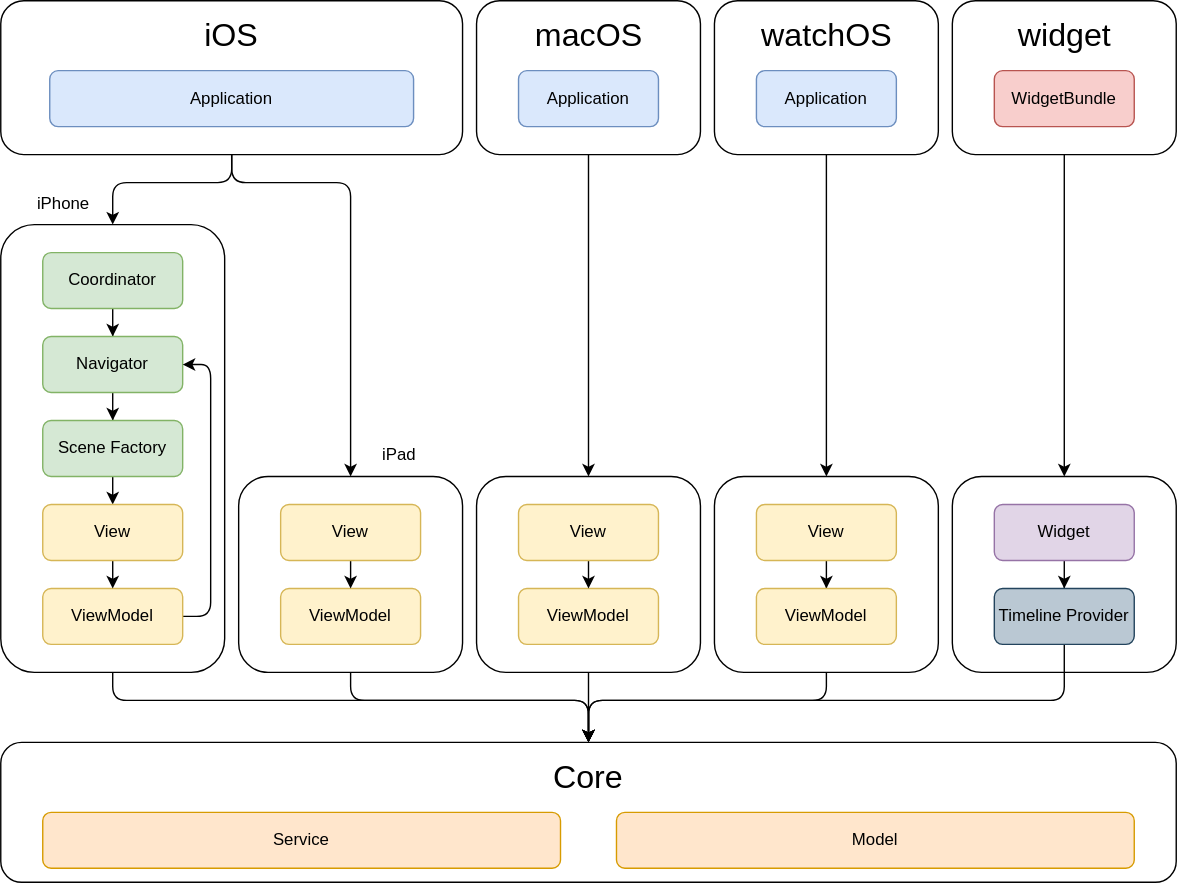
Above: Documentation/Images/architecture.drawio.svg in badalnoky/TaskWise (draw.io), before the change. Source tidied: cells renumbered, new cells last; positions are measured from the earlier drawing's top-left corner, leaving out a move shared by most shapes.
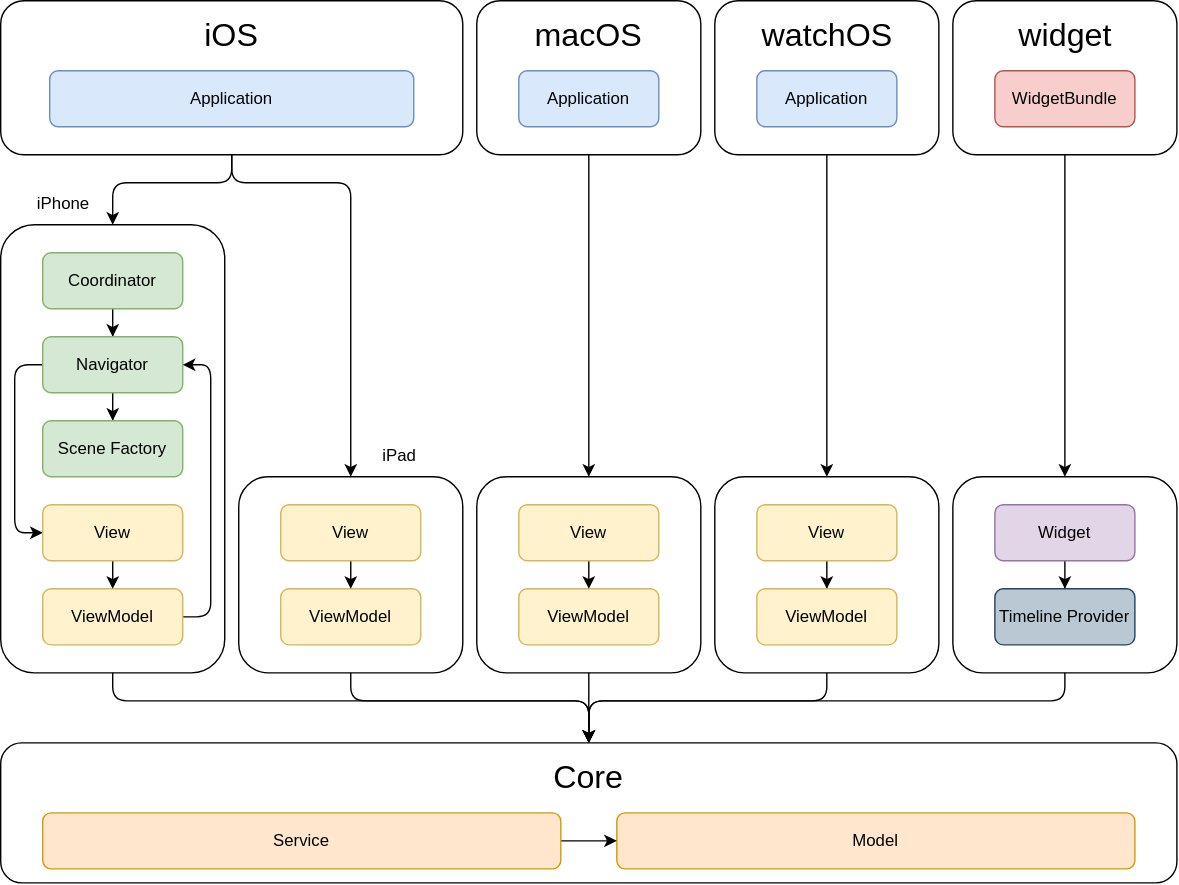
The same file after the commit.

The edit, as a diff of the source:
```diff
@@ -24,7 +24,7 @@
     <mxCell id="5" style="rounded=1;whiteSpace=wrap;html=1;fillColor=none;" parent="1" vertex="1">
       <mxGeometry y="160" width="160" height="320" as="geometry" />
     </mxCell>
-    <mxCell id="6" style="edgeStyle=orthogonalEdgeStyle;rounded=1;jettySize=auto;html=1;entryX=0.5;entryY=0;entryDx=0;entryDy=0;curved=0;" parent="1" edge="1" source="8" target="5">
+    <mxCell id="6" style="edgeStyle=orthogonalEdgeStyle;rounded=1;jettySize=auto;html=1;curved=0;" parent="1" edge="1" source="8" target="5">
       <mxGeometry relative="1" as="geometry">
         <Array as="points">
           <mxPoint x="165" y="130" />
@@ -32,7 +32,7 @@
         </Array>
       </mxGeometry>
     </mxCell>
-    <mxCell id="7" style="edgeStyle=orthogonalEdgeStyle;rounded=1;jettySize=auto;html=1;exitX=0.5;exitY=1;exitDx=0;exitDy=0;entryX=0.5;entryY=0;entryDx=0;entryDy=0;curved=0;" parent="1" edge="1" source="8" target="3">
+    <mxCell id="7" style="edgeStyle=orthogonalEdgeStyle;rounded=1;jettySize=auto;html=1;exitX=0.5;exitY=1;exitDx=0;exitDy=0;curved=0;" parent="1" edge="1" source="8" target="3">
       <mxGeometry relative="1" as="geometry">
         <Array as="points">
           <mxPoint x="165" y="130" />
@@ -85,9 +85,14 @@
     <mxCell id="19" style="edgeStyle=orthogonalEdgeStyle;rounded=0;jettySize=auto;html=1;" parent="1" edge="1" source="21" target="22">
       <mxGeometry relative="1" as="geometry" />
     </mxCell>
-    <mxCell id="20" style="edgeStyle=orthogonalEdgeStyle;rounded=0;jettySize=auto;html=1;exitX=0.5;exitY=1;exitDx=0;exitDy=0;entryX=0.5;entryY=0;entryDx=0;entryDy=0;" parent="1" edge="1" source="22" target="26">
-      <mxGeometry relative="1" as="geometry" />
-    </mxCell>
+    <mxCell id="61" style="edgeStyle=orthogonalEdgeStyle;rounded=1;jettySize=auto;html=1;entryX=0;entryY=0.5;entryDx=0;entryDy=0;curved=0;" parent="1" edge="1" source="21" target="26">
+      <mxGeometry relative="1" as="geometry">
+        <Array as="points">
+          <mxPoint x="10" y="260" />
+          <mxPoint x="10" y="380" />
+        </Array>
+      </mxGeometry>
+    </mxCell>
     <mxCell id="21" value="Navigator" style="rounded=1;whiteSpace=wrap;html=1;fillColor=#d5e8d4;strokeColor=#82b366;" parent="1" vertex="1">
       <mxGeometry x="30" y="240" width="100" height="40" as="geometry" />
     </mxCell>
@@ -166,6 +171,14 @@
     <mxCell id="38" value="ViewModel" style="rounded=1;whiteSpace=wrap;html=1;fillColor=#fff2cc;strokeColor=#d6b656;" parent="1" vertex="1">
       <mxGeometry x="540" y="420" width="100" height="40" as="geometry" />
     </mxCell>
+    <mxCell id="62" style="edgeStyle=orthogonalEdgeStyle;rounded=1;jettySize=auto;html=1;curved=0;" parent="1" edge="1" source="39" target="44">
+      <mxGeometry relative="1" as="geometry">
+        <Array as="points">
+          <mxPoint x="760" y="500" />
+          <mxPoint x="420" y="500" />
+        </Array>
+      </mxGeometry>
+    </mxCell>
     <mxCell id="39" style="rounded=1;whiteSpace=wrap;html=1;fillColor=none;" parent="1" vertex="1">
       <mxGeometry x="680" y="340" width="160" height="140" as="geometry" />
     </mxCell>
@@ -175,14 +188,6 @@
     <mxCell id="41" value="Widget" style="rounded=1;whiteSpace=wrap;html=1;fillColor=#e1d5e7;strokeColor=#9673a6;" parent="1" vertex="1">
       <mxGeometry x="710" y="360" width="100" height="40" as="geometry" />
     </mxCell>
-    <mxCell id="42" style="edgeStyle=orthogonalEdgeStyle;rounded=1;jettySize=auto;html=1;curved=0;" parent="1" edge="1" source="43" target="44">
-      <mxGeometry relative="1" as="geometry">
-        <Array as="points">
-          <mxPoint x="760" y="500" />
-          <mxPoint x="420" y="500" />
-        </Array>
-      </mxGeometry>
-    </mxCell>
     <mxCell id="43" value="Timeline Provider" style="rounded=1;whiteSpace=wrap;html=1;fillColor=#bac8d3;strokeColor=#23445d;" parent="1" vertex="1">
       <mxGeometry x="710" y="420" width="100" height="40" as="geometry" />
     </mxCell>
@@ -192,18 +197,18 @@
     <mxCell id="45" value="Model" style="rounded=1;whiteSpace=wrap;html=1;fillColor=#ffe6cc;strokeColor=#d79b00;" parent="1" vertex="1">
       <mxGeometry x="440" y="580" width="370" height="40" as="geometry" />
     </mxCell>
+    <mxCell id="63" style="edgeStyle=orthogonalEdgeStyle;rounded=0;jettySize=auto;html=1;exitX=1;exitY=0.5;exitDx=0;exitDy=0;" parent="1" edge="1" source="46" target="45">
+      <mxGeometry relative="1" as="geometry" />
+    </mxCell>
     <mxCell id="46" value="Service" style="rounded=1;whiteSpace=wrap;html=1;fillColor=#ffe6cc;strokeColor=#d79b00;" parent="1" vertex="1">
       <mxGeometry x="30" y="580" width="370" height="40" as="geometry" />
     </mxCell>
     <mxCell id="47" value="Core" style="text;html=1;strokeColor=none;fillColor=none;align=center;verticalAlign=middle;whiteSpace=wrap;rounded=0;fontSize=23;" parent="1" vertex="1">
       <mxGeometry x="390" y="540" width="60" height="30" as="geometry" />
     </mxCell>
-    <mxCell id="48" style="edgeStyle=orthogonalEdgeStyle;rounded=0;jettySize=auto;html=1;entryX=0.5;entryY=0;entryDx=0;entryDy=0;" parent="1" edge="1" source="49" target="28">
+    <mxCell id="48" style="edgeStyle=orthogonalEdgeStyle;rounded=0;jettySize=auto;html=1;" parent="1" edge="1" source="49">
       <mxGeometry relative="1" as="geometry">
-        <Array as="points">
-          <mxPoint x="420" y="140" />
-          <mxPoint x="420" y="140" />
-        </Array>
+        <mxPoint x="420" y="340" as="targetPoint" />
       </mxGeometry>
     </mxCell>
     <mxCell id="49" style="rounded=1;whiteSpace=wrap;html=1;fillColor=none;" parent="1" vertex="1">
@@ -216,7 +221,7 @@
       <mxGeometry x="510" width="160" height="110" as="geometry" />
     </mxCell>
     <mxCell id="52" value="macOS" style="text;html=1;strokeColor=none;fillColor=none;align=center;verticalAlign=middle;whiteSpace=wrap;rounded=0;fontSize=23;" parent="1" vertex="1">
-      <mxGeometry x="382.5" y="10" width="75" height="30" as="geometry" />
+      <mxGeometry x="376.2" y="10" width="87.5" height="30" as="geometry" />
     </mxCell>
     <mxCell id="53" value="watchOS" style="text;html=1;strokeColor=none;fillColor=none;align=center;verticalAlign=middle;whiteSpace=wrap;rounded=0;fontSize=23;" parent="1" vertex="1">
       <mxGeometry x="542.5" y="10" width="95" height="30" as="geometry" />
@@ -227,7 +232,7 @@
     <mxCell id="55" value="Application" style="rounded=1;whiteSpace=wrap;html=1;fillColor=#dae8fc;strokeColor=#6c8ebf;" parent="1" vertex="1">
       <mxGeometry x="370" y="50" width="100" height="40" as="geometry" />
     </mxCell>
-    <mxCell id="56" style="edgeStyle=orthogonalEdgeStyle;rounded=0;jettySize=auto;html=1;entryX=0.5;entryY=0;entryDx=0;entryDy=0;" parent="1" edge="1" source="57" target="39">
+    <mxCell id="56" style="edgeStyle=orthogonalEdgeStyle;rounded=0;jettySize=auto;html=1;" parent="1" edge="1" source="57" target="39">
       <mxGeometry relative="1" as="geometry" />
     </mxCell>
     <mxCell id="57" style="rounded=1;whiteSpace=wrap;html=1;fillColor=none;" parent="1" vertex="1">
```
